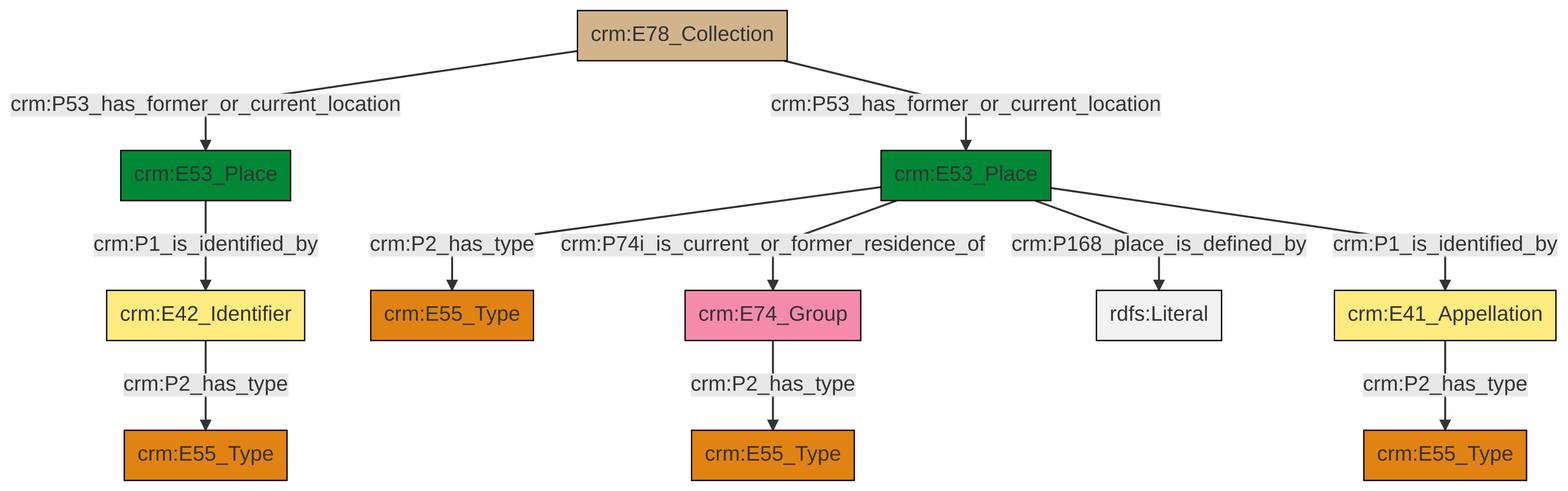
Above: et/archivalCSV/ttl/mmd/png/archival_location.png in swiss-art-research-net/docs.swissartresearch (Mermaid), before the change. Its source is kept beside it as et/archivalCSV/ttl/mmd/archival_location.ttl.mmd.
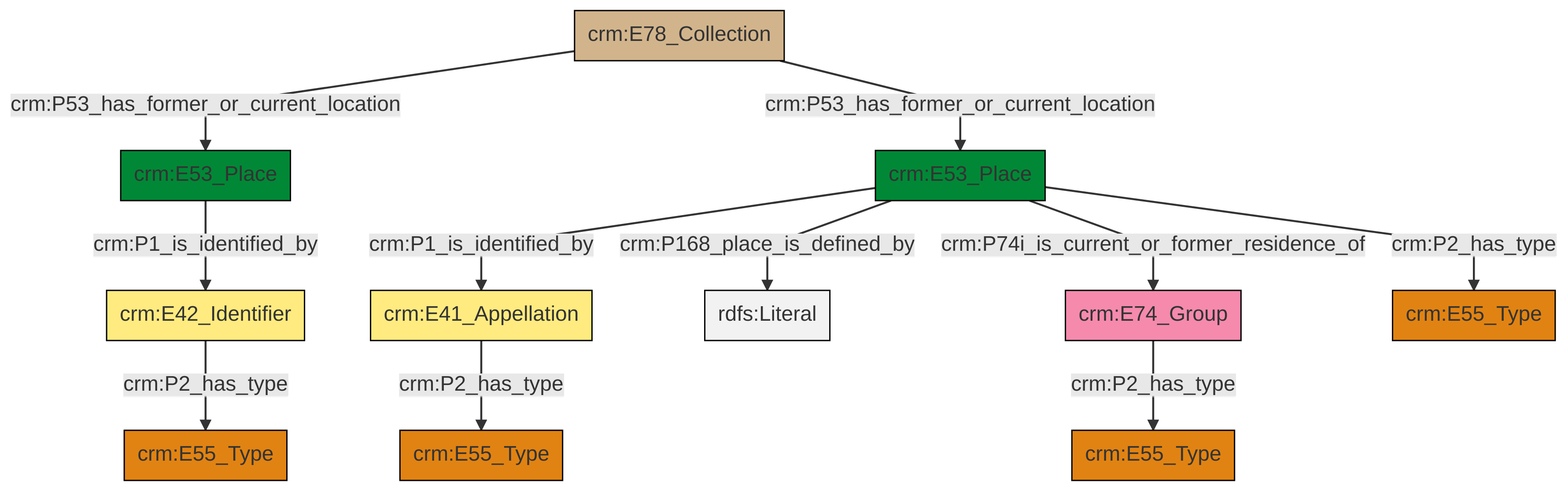
Above is the later version.

What changed in the source:
```diff
@@ -13,13 +13,13 @@
 classDef PC_Classes fill:#4ce600, stroke:#000000;
 classDef Multi fill:#cccccc,stroke:#000000;
 
-0["crm:E53_Place"]:::Place -->|crm:P2_has_type| 1["crm:E55_Type"]:::Type
-0["crm:E53_Place"]:::Place -->|crm:P74i_is_current_or_former_residence_of| 4["crm:E74_Group"]:::Actor
-0["crm:E53_Place"]:::Place -->|crm:P168_place_is_defined_by| 11[rdfs:Literal]:::Literal
-7["crm:E78_Collection"]:::Physical_Thing -->|crm:P53_has_former_or_current_location| 9["crm:E53_Place"]:::Place
-9["crm:E53_Place"]:::Place -->|crm:P1_is_identified_by| 5["crm:E42_Identifier"]:::Appellation
-5["crm:E42_Identifier"]:::Appellation -->|crm:P2_has_type| 2["crm:E55_Type"]:::Type
-4["crm:E74_Group"]:::Actor -->|crm:P2_has_type| 14["crm:E55_Type"]:::Type
-7["crm:E78_Collection"]:::Physical_Thing -->|crm:P53_has_former_or_current_location| 0["crm:E53_Place"]:::Place
-0["crm:E53_Place"]:::Place -->|crm:P1_is_identified_by| 18["crm:E41_Appellation"]:::Appellation
-18["crm:E41_Appellation"]:::Appellation -->|crm:P2_has_type| 12["crm:E55_Type"]:::Type
+0["crm:E53_Place"]:::Place -->|crm:P1_is_identified_by| 1["crm:E42_Identifier"]:::Appellation
+2["crm:E78_Collection"]:::Physical_Thing -->|crm:P53_has_former_or_current_location| 0["crm:E53_Place"]:::Place
+5["crm:E53_Place"]:::Place -->|crm:P1_is_identified_by| 6["crm:E41_Appellation"]:::Appellation
+5["crm:E53_Place"]:::Place -->|crm:P168_place_is_defined_by| 11[rdfs:Literal]:::Literal
+5["crm:E53_Place"]:::Place -->|crm:P74i_is_current_or_former_residence_of| 12["crm:E74_Group"]:::Actor
+2["crm:E78_Collection"]:::Physical_Thing -->|crm:P53_has_former_or_current_location| 5["crm:E53_Place"]:::Place
+12["crm:E74_Group"]:::Actor -->|crm:P2_has_type| 9["crm:E55_Type"]:::Type
+6["crm:E41_Appellation"]:::Appellation -->|crm:P2_has_type| 7["crm:E55_Type"]:::Type
+5["crm:E53_Place"]:::Place -->|crm:P2_has_type| 20["crm:E55_Type"]:::Type
+1["crm:E42_Identifier"]:::Appellation -->|crm:P2_has_type| 3["crm:E55_Type"]:::Type
```
